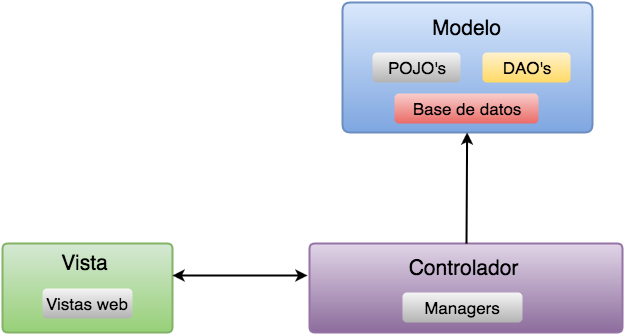
Above: imagenes/mvc.png in susana1710/libro-pasantia (draw.io), before the change. Source tidied: cells renumbered, new cells last; positions are measured from the earlier drawing's top-left corner, leaving out a move shared by most shapes.
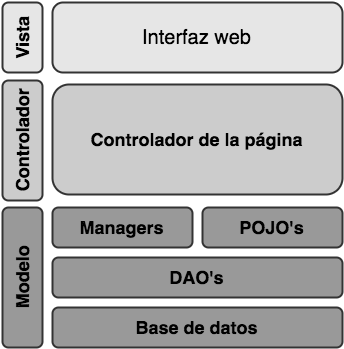
The same file after the commit.

Diff of the diagram source:
```diff
@@ -2,47 +2,32 @@
   <root>
     <mxCell id="0" />
     <mxCell id="1" parent="0" />
-    <mxCell id="2" style="strokeWidth=2;html=1;shape=mxgraph.flowchart.process;whiteSpace=wrap;fontSize=17;plain-blue;" parent="1" vertex="1">
-      <mxGeometry x="340" width="250" height="130" as="geometry" />
-    </mxCell>
-    <mxCell id="3" style="strokeWidth=2;html=1;shape=mxgraph.flowchart.process;whiteSpace=wrap;fontSize=17;plain-green;" parent="1" vertex="1">
-      <mxGeometry y="241" width="170" height="89" as="geometry" />
-    </mxCell>
-    <mxCell id="4" style="strokeWidth=2;html=1;shape=mxgraph.flowchart.process;whiteSpace=wrap;fontSize=17;plain-purple;" parent="1" vertex="1">
-      <mxGeometry x="307" y="241" width="313" height="89" as="geometry" />
-    </mxCell>
-    <mxCell id="5" style="endArrow=classic;html=1;fontSize=17;exitX=1.018;exitY=0.217;exitPerimeter=0;endFill=1;startArrow=classic;startFill=1;strokeWidth=2;" parent="1" edge="1">
-      <mxGeometry x="170" y="270" as="geometry">
-        <mxPoint x="170" y="273" as="sourcePoint" />
-        <mxPoint x="305" y="273" as="targetPoint" />
-      </mxGeometry>
-    </mxCell>
-    <mxCell id="6" style="endArrow=classic;html=1;fontSize=17;strokeWidth=2;exitX=0.5;exitY=0;exitPerimeter=0;endFill=1;" parent="1" edge="1" source="4" target="2">
-      <mxGeometry relative="1" as="geometry" />
-    </mxCell>
+    <mxCell id="14" value="&lt;font style=&quot;font-size: 18px&quot;&gt;&lt;b&gt;Base de datos&lt;/b&gt;&lt;/font&gt;" style="whiteSpace=wrap;html=1;rounded=1;shadow=0;glass=0;comic=0;strokeColor=#333333;strokeWidth=2;fillColor=#999999;fontSize=15;gradientColor=none;" parent="1" vertex="1">
+      <mxGeometry x="340" y="470" width="290" height="40" as="geometry" />
+    </mxCell>
-    <mxCell id="7" value="&lt;font style=&quot;font-size: 21px&quot;&gt;Modelo&lt;/font&gt;" style="text;html=1;strokeColor=none;fillColor=none;align=center;verticalAlign=middle;whiteSpace=wrap;overflow=hidden;fontSize=17;" parent="1" vertex="1">
-      <mxGeometry x="419" y="10" width="90" height="30" as="geometry" />
+    <mxCell id="7" value="&lt;font style=&quot;font-size: 18px&quot;&gt;&lt;b&gt;Modelo&lt;/b&gt;&lt;/font&gt;" style="rounded=1;whiteSpace=wrap;html=1;shadow=0;glass=0;comic=0;strokeColor=#333333;strokeWidth=2;fillColor=#999999;fontSize=15;horizontal=0;gradientColor=none;" parent="1" vertex="1">
+      <mxGeometry x="290" y="370" width="40" height="140" as="geometry" />
     </mxCell>
+    <mxCell id="9" value="&lt;b&gt;&lt;font style=&quot;font-size: 18px&quot;&gt;DAO's&lt;/font&gt;&lt;/b&gt;" style="whiteSpace=wrap;html=1;rounded=1;shadow=0;glass=0;comic=0;strokeColor=#333333;strokeWidth=2;fillColor=#999999;fontSize=15;gradientColor=none;" parent="1" vertex="1">
+      <mxGeometry x="340" y="420" width="290" height="40" as="geometry" />
+    </mxCell>
+    <mxCell id="11" value="&lt;font style=&quot;font-size: 18px&quot;&gt;&lt;b&gt;Managers&lt;/b&gt;&lt;/font&gt;" style="whiteSpace=wrap;html=1;rounded=1;shadow=0;glass=0;comic=0;strokeColor=#333333;strokeWidth=2;fillColor=#999999;fontSize=15;gradientColor=none;" parent="1" vertex="1">
+      <mxGeometry x="340" y="370" width="140" height="40" as="geometry" />
+    </mxCell>
-    <mxCell id="8" value="POJO's" style="rounded=1;whiteSpace=wrap;html=1;fontSize=17;plain-gray;strokeColor=none;" parent="1" vertex="1">
-      <mxGeometry x="370" y="50" width="88" height="30" as="geometry" />
+    <mxCell id="8" value="&lt;font style=&quot;font-size: 18px&quot;&gt;&lt;b&gt;POJO's&lt;/b&gt;&lt;/font&gt;" style="whiteSpace=wrap;html=1;rounded=1;shadow=0;glass=0;comic=0;strokeColor=#333333;strokeWidth=2;fillColor=#999999;fontSize=15;gradientColor=none;" parent="1" vertex="1">
+      <mxGeometry x="490" y="370" width="140" height="40" as="geometry" />
     </mxCell>
-    <mxCell id="9" value="DAO's" style="rounded=1;whiteSpace=wrap;html=1;fontSize=17;plain-yellow;strokeColor=none;" parent="1" vertex="1">
-      <mxGeometry x="480" y="50" width="88" height="30" as="geometry" />
-    </mxCell>
-    <mxCell id="10" value="&lt;font style=&quot;font-size: 21px&quot;&gt;Controlador&lt;/font&gt;" style="text;html=1;strokeColor=none;fillColor=none;align=center;verticalAlign=middle;whiteSpace=wrap;overflow=hidden;fontSize=17;" parent="1" vertex="1">
-      <mxGeometry x="380" y="251" width="160" height="29" as="geometry" />
+    <mxCell id="10" value="&lt;font style=&quot;font-size: 18px&quot;&gt;&lt;b&gt;Controlador&lt;/b&gt;&lt;/font&gt;" style="rounded=1;whiteSpace=wrap;html=1;shadow=0;glass=0;comic=0;strokeColor=#333333;strokeWidth=2;fillColor=#CCCCCC;gradientColor=none;fontSize=15;horizontal=0;" parent="1" vertex="1">
+      <mxGeometry x="290" y="243" width="40" height="120" as="geometry" />
     </mxCell>
-    <mxCell id="11" value="Managers" style="rounded=1;whiteSpace=wrap;html=1;fontSize=17;plain-gray;strokeColor=none;" parent="1" vertex="1">
-      <mxGeometry x="400" y="290" width="120" height="30" as="geometry" />
-    </mxCell>
+    <mxCell id="15" value="&lt;font style=&quot;font-size: 18px&quot;&gt;&lt;b&gt;Controlador de la página&lt;/b&gt;&lt;/font&gt;" style="whiteSpace=wrap;html=1;rounded=1;shadow=0;glass=0;comic=0;strokeColor=#333333;strokeWidth=2;fillColor=#CCCCCC;gradientColor=none;fontSize=15;" parent="1" vertex="1">
+      <mxGeometry x="340" y="247" width="290" height="110" as="geometry" />
+    </mxCell>
-    <mxCell id="12" value="&lt;font style=&quot;font-size: 21px&quot;&gt;Vista&lt;/font&gt;" style="text;html=1;strokeColor=none;fillColor=none;align=center;verticalAlign=middle;whiteSpace=wrap;overflow=hidden;fontSize=17;" parent="1" vertex="1">
-      <mxGeometry x="52" y="246" width="60" height="29" as="geometry" />
+    <mxCell id="12" value="&lt;font style=&quot;font-size: 18px&quot;&gt;&lt;b&gt;Vista&lt;/b&gt;&lt;/font&gt;" style="rounded=1;whiteSpace=wrap;html=1;shadow=0;glass=0;comic=0;strokeColor=#333333;strokeWidth=2;fillColor=#E6E6E6;gradientColor=none;fontSize=15;horizontal=0;" parent="1" vertex="1">
+      <mxGeometry x="290" y="165" width="40" height="70" as="geometry" />
     </mxCell>
-    <mxCell id="13" value="Vistas web" style="rounded=1;whiteSpace=wrap;html=1;fontSize=17;plain-gray;strokeColor=none;" parent="1" vertex="1">
-      <mxGeometry x="40" y="286" width="90" height="30" as="geometry" />
-    </mxCell>
-    <mxCell id="14" value="Base de datos" style="rounded=1;whiteSpace=wrap;html=1;fontSize=17;plain-red;strokeColor=none;" parent="1" vertex="1">
-      <mxGeometry x="392" y="91" width="144" height="30" as="geometry" />
-    </mxCell>
+    <mxCell id="16" value="&lt;font style=&quot;font-size: 20px&quot;&gt;Interfaz web&lt;/font&gt;" style="whiteSpace=wrap;html=1;rounded=1;shadow=0;glass=0;comic=0;strokeColor=#333333;strokeWidth=2;fillColor=#E6E6E6;gradientColor=none;fontSize=15;" parent="1" vertex="1">
+      <mxGeometry x="340" y="165" width="290" height="70" as="geometry" />
+    </mxCell>
   </root>
 </mxGraphModel>
```
